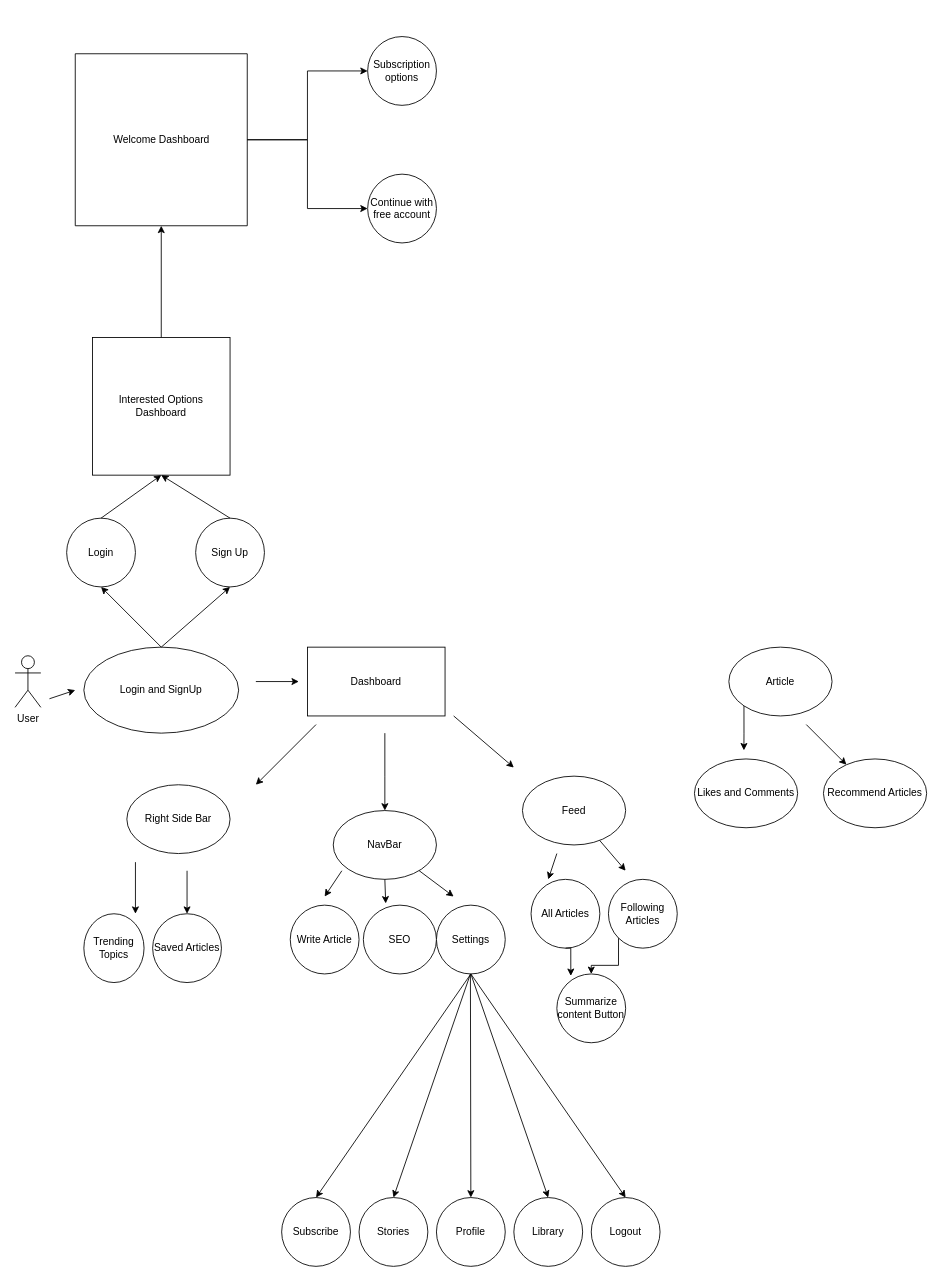
Before: Untitled Diagram.drawio in dhanush77777/MindScribe, a draw.io diagram. Source tidied: cells renumbered, new cells numbered last; positions are measured from the earlier drawing's top-left corner, leaving out a move shared by most shapes. Both pictures are drawn from the tidied source at 86%, with x=0, y=0 at pixel (15, 36).
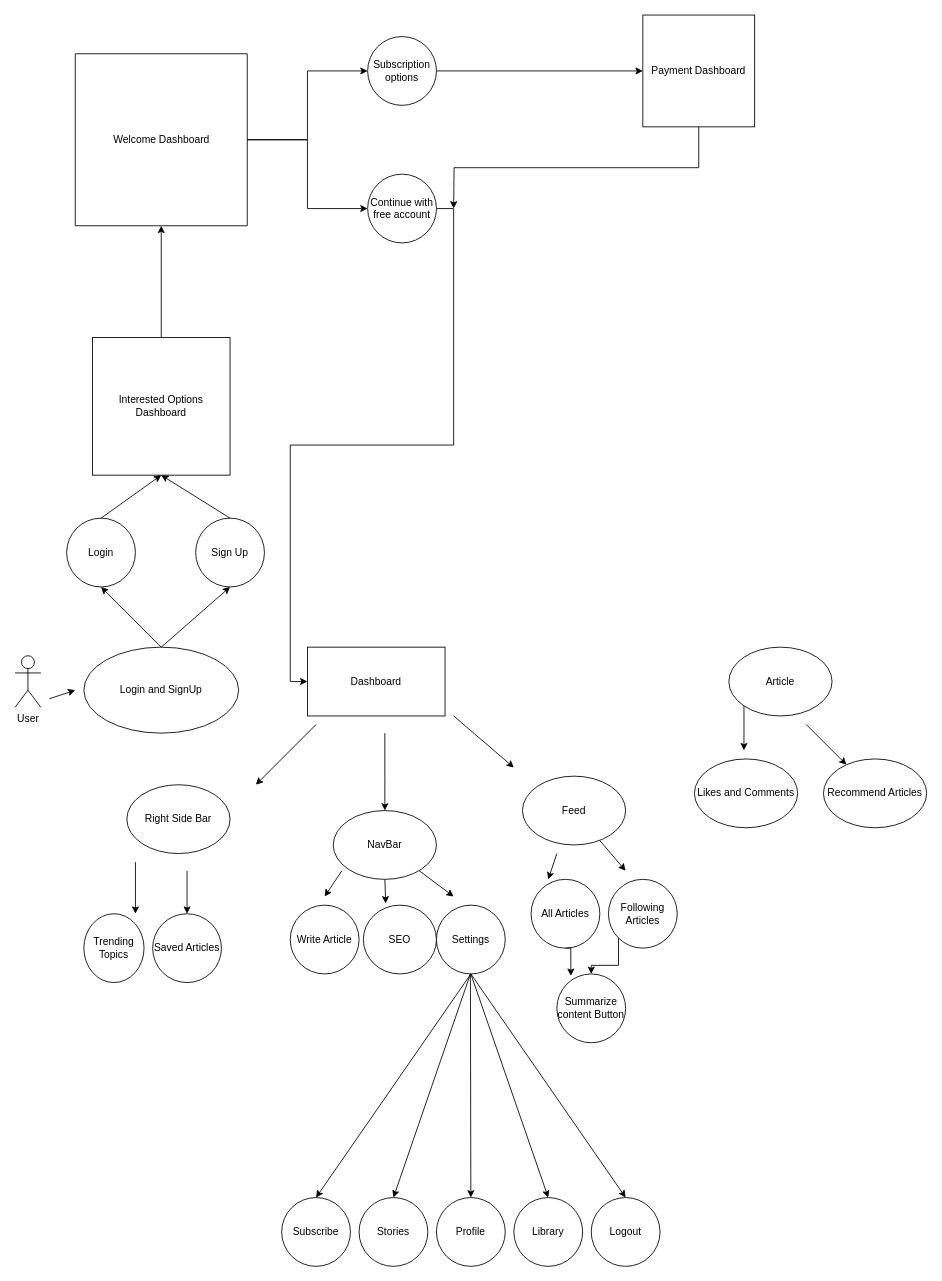
The same page after the edit.

Commit message:
Added Subscription Dashboard

The change refers to these unchanged cells:
```xml
<mxCell id="4" value="Dashboard" style="square;whiteSpace=wrap;html=1;" parent="1" vertex="1">
  <mxGeometry x="340" y="710" width="160" height="80" as="geometry" />
</mxCell>
<mxCell id="57" value="Subscription options" style="ellipse;whiteSpace=wrap;html=1;" parent="1" vertex="1">
  <mxGeometry x="410" width="80" height="80" as="geometry" />
</mxCell>
<mxCell id="59" value="Continue with free account" style="ellipse;whiteSpace=wrap;html=1;" parent="1" vertex="1">
  <mxGeometry x="410" y="160" width="80" height="80" as="geometry" />
</mxCell>
```

Diff of the diagram source:
```diff
@@
-    <mxCell id="10" style="endArrow=classic;html=1;rounded=0;" parent="1" edge="1">
-      <mxGeometry relative="1" as="geometry">
-        <mxPoint x="280" y="750" as="sourcePoint" />
-        <mxPoint x="330" y="750" as="targetPoint" />
-      </mxGeometry>
-    </mxCell>
@@
+    <mxCell id="62" style="edgeStyle=orthogonalEdgeStyle;rounded=0;jettySize=auto;html=1;exitX=1;exitY=0.5;exitDx=0;exitDy=0;" parent="1" edge="1" source="57" target="65">
+      <mxGeometry relative="1" as="geometry" />
+    </mxCell>
@@
+    <mxCell id="63" style="edgeStyle=orthogonalEdgeStyle;rounded=0;jettySize=auto;html=1;exitX=1;exitY=0.5;exitDx=0;exitDy=0;entryX=0;entryY=0.5;entryDx=0;entryDy=0;" parent="1" edge="1" source="59" target="4">
+      <mxGeometry relative="1" as="geometry" />
+    </mxCell>
@@
+    <mxCell id="64" style="edgeStyle=orthogonalEdgeStyle;rounded=0;jettySize=auto;html=1;exitX=0.5;exitY=1;exitDx=0;exitDy=0;" parent="1" edge="1" source="65">
+      <mxGeometry relative="1" as="geometry">
+        <mxPoint x="510" y="200" as="targetPoint" />
+      </mxGeometry>
+    </mxCell>
@@
+    <mxCell id="65" value="Payment Dashboard" style="whiteSpace=wrap;html=1;" parent="1" vertex="1">
+      <mxGeometry x="730" y="-25" width="130" height="130" as="geometry" />
+    </mxCell>
```
